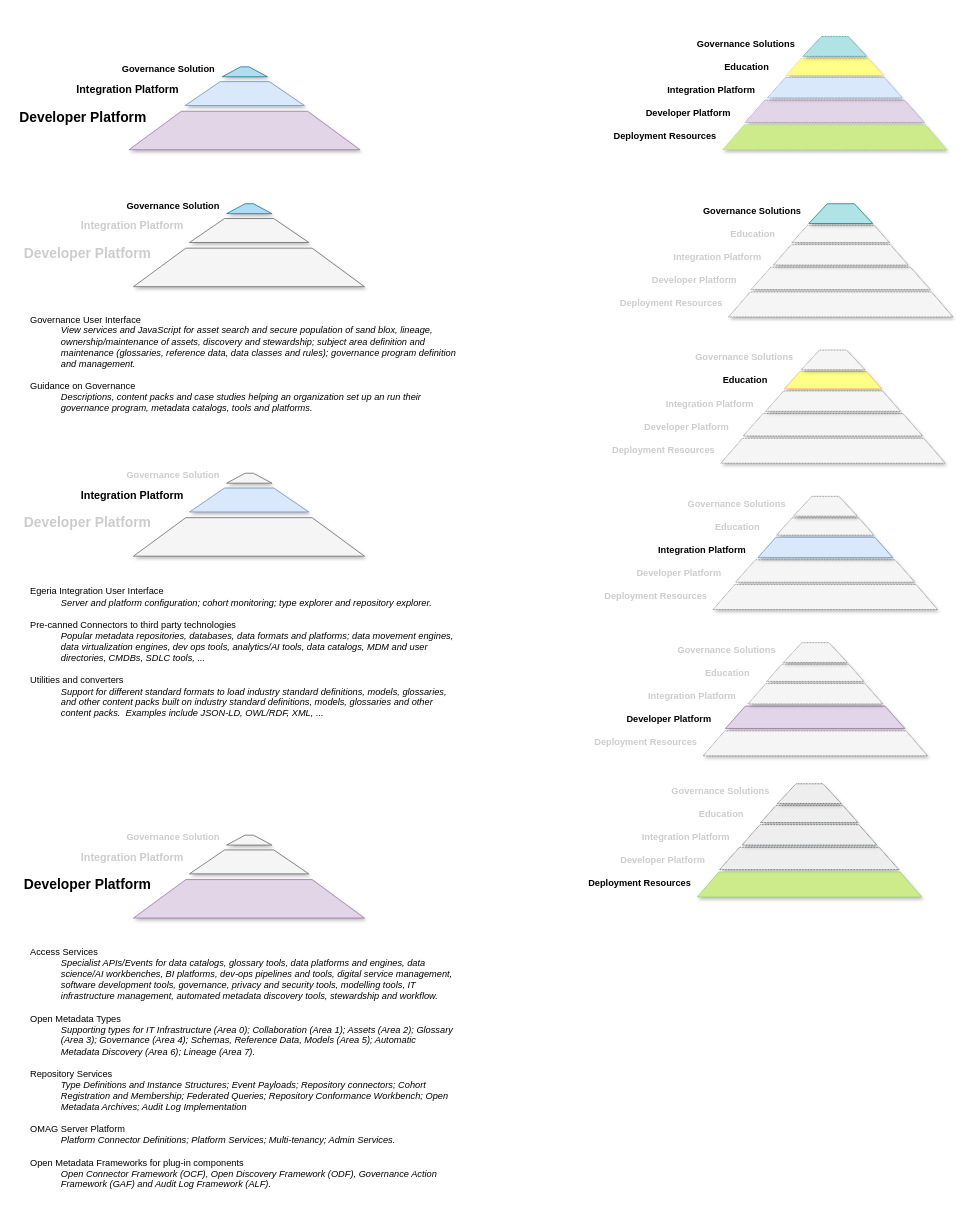
This is page "functional-detail" (2 of 24) of site/docs/release-notes/egeria-status.drawio from odpi/egeria-docs, a draw.io file, before an edit. Source tidied: cells renumbered, new cells numbered last; positions are measured from the earlier drawing's top-left corner, leaving out a move shared by most shapes. Both pictures are drawn from the tidied source at 77%, with x=0, y=0 at pixel (13, 36).
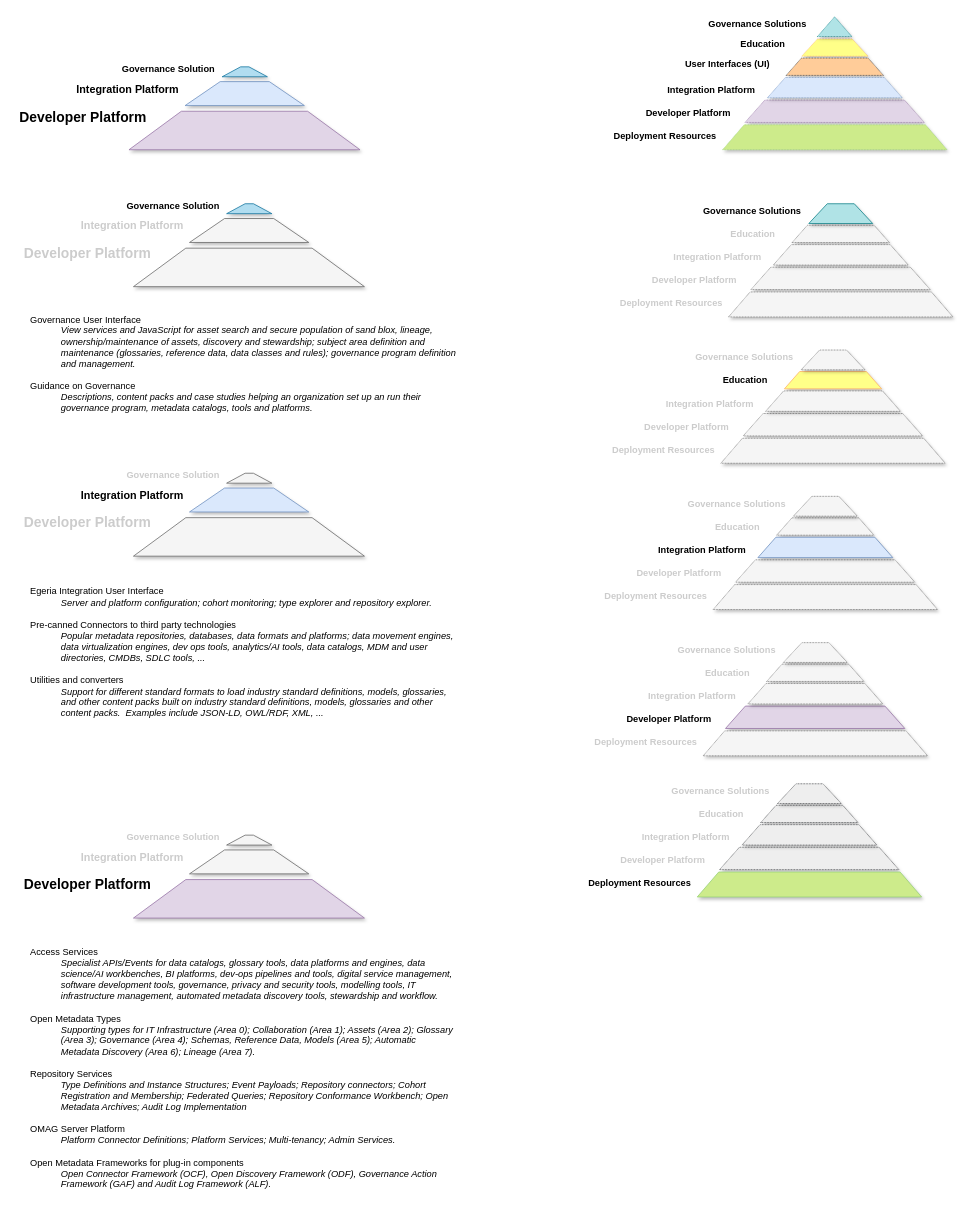
Above is the later version.

The edit, as a diff of the source:
```diff
@@
     <mxCell id="29" value="Governance Solutions" style="text;html=1;align=center;verticalAlign=middle;fontSize=12;fontStyle=1;" parent="1" vertex="1">
-      <mxGeometry x="881" width="140" height="20" as="geometry" />
+      <mxGeometry x="895.7" y="-25.7" width="140" height="20" as="geometry" />
     </mxCell>
@@
-    <mxCell id="33" value="Education" style="text;html=1;align=center;verticalAlign=middle;fontSize=12;fontStyle=1;" parent="1" vertex="1">
-      <mxGeometry x="917" y="30" width="70" height="20" as="geometry" />
+    <mxCell id="33" value="User Interfaces (UI)" style="text;html=1;align=center;verticalAlign=middle;fontSize=12;fontStyle=1;" parent="1" vertex="1">
+      <mxGeometry x="862.2" y="25.5" width="130" height="20" as="geometry" />
     </mxCell>
-    <mxCell id="34" style="group;" parent="1" vertex="1">
-      <mxGeometry x="921" width="291.4" height="147" as="geometry" />
-    </mxCell>
-    <mxCell id="35" style="shape=trapezoid;perimeter=trapezoidPerimeter;whiteSpace=wrap;html=1;size=0.11089108910891089;fillColor=#e1d5e7;strokeColor=#9673a6;shadow=1;dashed=1;dashPattern=1 1;" parent="34" vertex="1">
-      <mxGeometry x="29" y="82.4" width="232.9" height="29.1" as="geometry" />
-    </mxCell>
-    <mxCell id="36" style="shape=trapezoid;perimeter=trapezoidPerimeter;whiteSpace=wrap;html=1;size=0.15714285714285714;fillColor=#ffff88;strokeColor=#FFB366;shadow=1;dashed=1;dashPattern=1 1;" parent="34" vertex="1">
-      <mxGeometry x="82.5" y="27.9" width="126.3" height="22.5" as="geometry" />
-    </mxCell>
-    <mxCell id="37" style="shape=trapezoid;perimeter=trapezoidPerimeter;whiteSpace=wrap;html=1;size=0.28888888888888886;fillColor=#b0e3e6;strokeColor=#0e8088;shadow=1;fontSize=12;dashed=1;dashPattern=1 1;" parent="34" vertex="1">
-      <mxGeometry x="104.2" width="83" height="25.7" as="geometry" />
-    </mxCell>
-    <mxCell id="38" style="shape=trapezoid;perimeter=trapezoidPerimeter;whiteSpace=wrap;html=1;size=0.13333333333333333;fillColor=#dae8fc;strokeColor=#6c8ebf;shadow=1;dashed=1;dashPattern=1 1;" parent="34" vertex="1">
-      <mxGeometry x="58.1" y="53.1" width="175.2" height="26.5" as="geometry" />
-    </mxCell>
-    <mxCell id="39" style="shape=trapezoid;perimeter=trapezoidPerimeter;whiteSpace=wrap;html=1;size=0.09583333333333334;fillColor=#cdeb8b;strokeColor=#97D077;shadow=1;dashed=1;dashPattern=1 1;" parent="34" vertex="1">
-      <mxGeometry y="114.6" width="291.4" height="32.4" as="geometry" />
-    </mxCell>
@@
+    <mxCell id="90" style="shape=trapezoid;perimeter=trapezoidPerimeter;whiteSpace=wrap;html=1;size=0.2379941860465113;fillColor=#ffff88;strokeColor=#FFB366;shadow=1;dashed=1;dashPattern=1 1;" parent="1" vertex="1">
+      <mxGeometry x="1023.7" y="3" width="86" height="22.5" as="geometry" />
+    </mxCell>
+    <mxCell id="91" style="shape=trapezoid;perimeter=trapezoidPerimeter;whiteSpace=wrap;html=1;size=0.5;fillColor=#b0e3e6;strokeColor=#0e8088;shadow=1;fontSize=12;dashed=1;dashPattern=1 1;" parent="1" vertex="1">
+      <mxGeometry x="1044.1" y="-25.7" width="44.7" height="25.7" as="geometry" />
+    </mxCell>
+    <mxCell id="35" style="shape=trapezoid;perimeter=trapezoidPerimeter;whiteSpace=wrap;html=1;size=0.11089108910891089;fillColor=#e1d5e7;strokeColor=#9673a6;shadow=1;dashed=1;dashPattern=1 1;" parent="1" vertex="1">
+      <mxGeometry x="950" y="82.4" width="232.9" height="29.1" as="geometry" />
+    </mxCell>
+    <mxCell id="36" style="shape=trapezoid;perimeter=trapezoidPerimeter;whiteSpace=wrap;html=1;size=0.15714285714285714;fillColor=#ffcc99;strokeColor=#36393d;shadow=1;dashed=1;dashPattern=1 1;" parent="1" vertex="1">
+      <mxGeometry x="1003.5" y="27.9" width="126.3" height="22.5" as="geometry" />
+    </mxCell>
+    <mxCell id="38" style="shape=trapezoid;perimeter=trapezoidPerimeter;whiteSpace=wrap;html=1;size=0.13333333333333333;fillColor=#dae8fc;strokeColor=#6c8ebf;shadow=1;dashed=1;dashPattern=1 1;" parent="1" vertex="1">
+      <mxGeometry x="979.1" y="53.1" width="175.2" height="26.5" as="geometry" />
+    </mxCell>
+    <mxCell id="39" style="shape=trapezoid;perimeter=trapezoidPerimeter;whiteSpace=wrap;html=1;size=0.09583333333333334;fillColor=#cdeb8b;strokeColor=#97D077;shadow=1;dashed=1;dashPattern=1 1;" parent="1" vertex="1">
+      <mxGeometry x="921" y="114.6" width="291.4" height="32.4" as="geometry" />
+    </mxCell>
+    <mxCell id="92" value="Education" style="text;html=1;align=center;verticalAlign=middle;fontSize=12;fontStyle=1;" parent="1" vertex="1">
+      <mxGeometry x="937.8" width="70" height="20" as="geometry" />
+    </mxCell>
```
